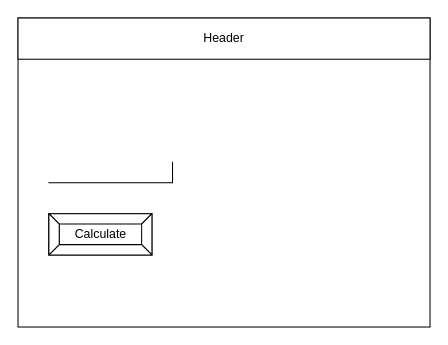
The draw.io diagram design/story-board.drawio in sam-corbett/ICS2O-Unit5-01, before the edit. Source tidied: cells renumbered, new cells numbered last; positions are measured from the earlier drawing's top-left corner, leaving out a move shared by most shapes. Both pictures are drawn from the tidied source at 103%, with x=0, y=0 at pixel (18, 18).
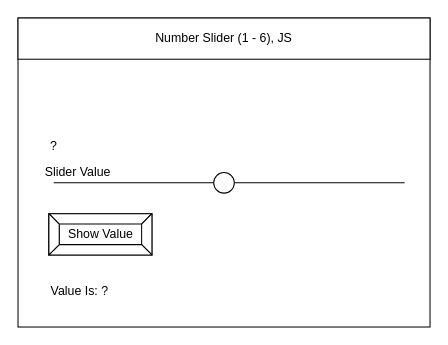
After the change.

Change to the diagram source:
```diff
@@
 <mxGraphModel>
   <root>
     <mxCell id="0" />
     <mxCell id="1" parent="0" />
     <mxCell id="2" style="rounded=0;whiteSpace=wrap;html=1;" parent="1" vertex="1">
       <mxGeometry width="400" height="300" as="geometry" />
     </mxCell>
-    <mxCell id="3" value="Header" style="rounded=0;whiteSpace=wrap;html=1;" parent="1" vertex="1">
+    <mxCell id="3" value="Number Slider (1 - 6), JS" style="rounded=0;whiteSpace=wrap;html=1;" parent="1" vertex="1">
       <mxGeometry width="400" height="40" as="geometry" />
     </mxCell>
-    <mxCell id="4" style="shape=partialRectangle;whiteSpace=wrap;html=1;top=0;left=0;fillColor=none;" parent="1" vertex="1">
-      <mxGeometry x="30" y="140" width="120" height="20" as="geometry" />
-    </mxCell>
-    <mxCell id="5" value="Calculate" style="labelPosition=center;verticalLabelPosition=middle;align=center;html=1;shape=mxgraph.basic.button;dx=10;" parent="1" vertex="1">
+    <mxCell id="5" value="Show Value" style="labelPosition=center;verticalLabelPosition=middle;align=center;html=1;shape=mxgraph.basic.button;dx=10;" parent="1" vertex="1">
       <mxGeometry x="30" y="190" width="100" height="40" as="geometry" />
     </mxCell>
+    <mxCell id="6" style="group;" parent="1" vertex="1">
+      <mxGeometry x="70" y="150" width="260" height="20" as="geometry" />
+    </mxCell>
+    <mxCell id="7" style="endArrow=none;html=1;startArrow=none;" parent="6" edge="1" source="8">
+      <mxGeometry relative="1" as="geometry">
+        <mxPoint x="260" y="10" as="targetPoint" />
+        <Array as="points">
+          <mxPoint x="310" y="10" />
+        </Array>
+      </mxGeometry>
+    </mxCell>
+    <mxCell id="8" style="ellipse;whiteSpace=wrap;html=1;" parent="6" vertex="1">
+      <mxGeometry x="120" width="20" height="20" as="geometry" />
+    </mxCell>
+    <mxCell id="9" style="endArrow=none;html=1;" parent="6" edge="1" target="8">
+      <mxGeometry relative="1" as="geometry">
+        <mxPoint y="10" as="sourcePoint" />
+        <Array as="points">
+          <mxPoint x="-40" y="10" />
+        </Array>
+      </mxGeometry>
+    </mxCell>
+    <mxCell id="10" value="Slider Value&amp;nbsp;" style="text;html=1;strokeColor=none;fillColor=none;align=center;verticalAlign=middle;whiteSpace=wrap;rounded=0;" parent="1" vertex="1">
+      <mxGeometry x="20" y="142.5" width="80" height="15" as="geometry" />
+    </mxCell>
+    <mxCell id="11" value="?" style="text;html=1;strokeColor=none;fillColor=none;align=center;verticalAlign=middle;whiteSpace=wrap;rounded=0;" parent="1" vertex="1">
+      <mxGeometry x="20" y="120" width="30" height="10" as="geometry" />
+    </mxCell>
+    <mxCell id="12" value="Value Is: ?" style="text;html=1;strokeColor=none;fillColor=none;align=center;verticalAlign=middle;whiteSpace=wrap;rounded=0;" parent="1" vertex="1">
+      <mxGeometry x="30" y="250" width="60" height="30" as="geometry" />
+    </mxCell>
   </root>
 </mxGraphModel>
```
